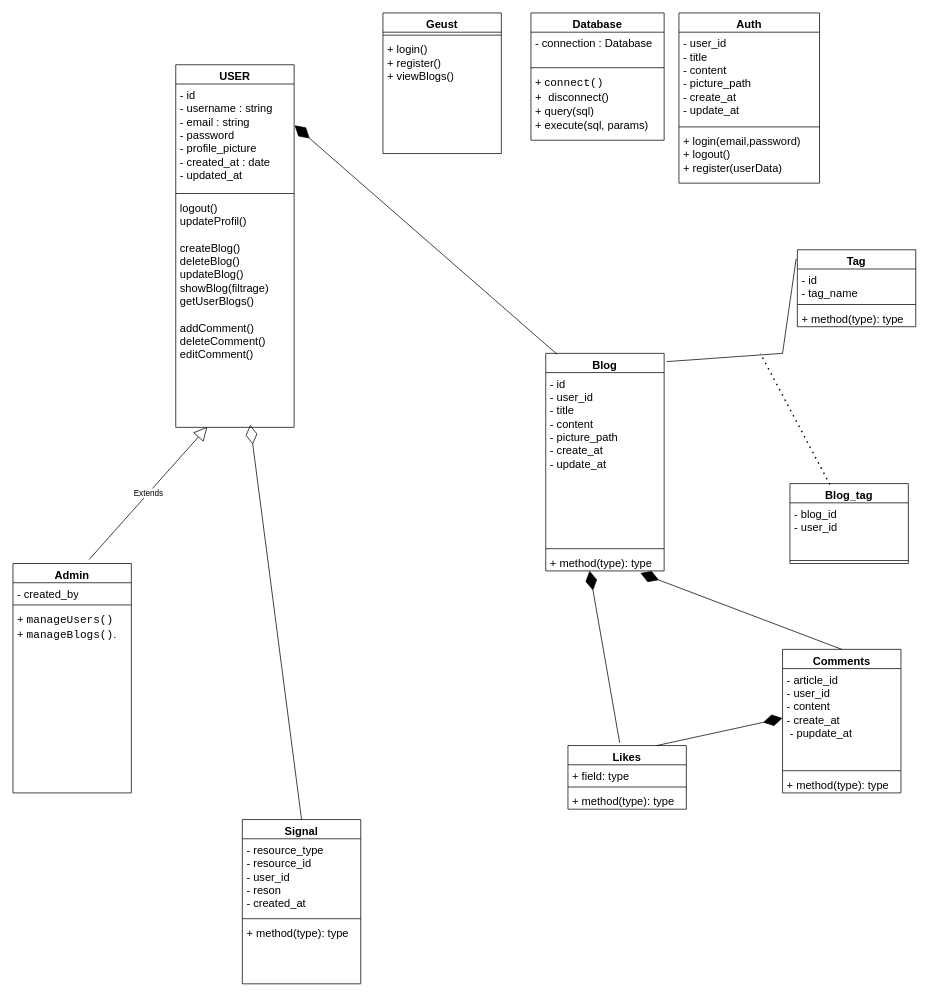
Above: db/class diagram.drawio in mohammed-ali-boutaine/blog-app-php (draw.io), before the change. Source tidied: cells renumbered, new cells numbered last; positions are measured from the earlier drawing's top-left corner, leaving out a move shared by most shapes. Both pictures are drawn from the tidied source at 74%, with x=0, y=0 at pixel (13, 13).
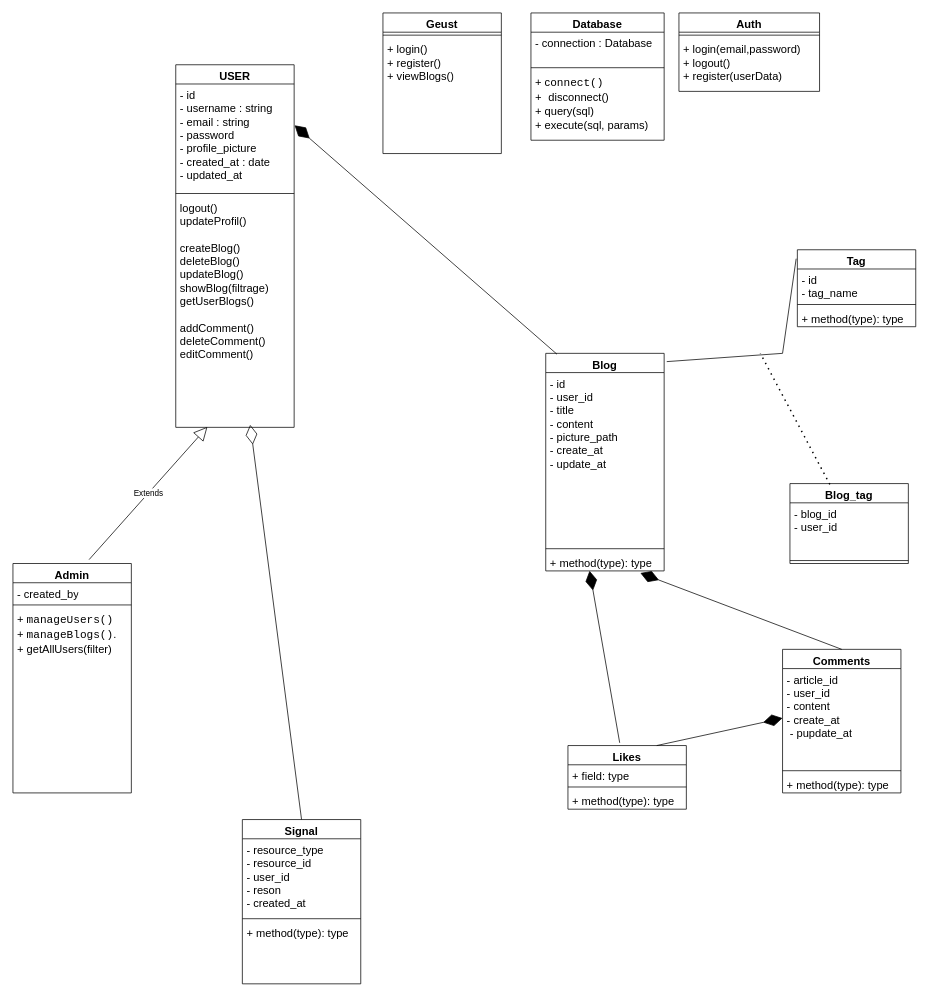
Above is the later version.

Unchanged cells that the change refers to:
```xml
<mxCell id="6" value="Admin" style="swimlane;fontStyle=1;align=center;verticalAlign=top;horizontal=1;startSize=26;whiteSpace=wrap;html=1;fontSize=15;" parent="1" vertex="1">
  <mxGeometry y="744" width="160" height="310" as="geometry" />
</mxCell>
```

Diff of the diagram source:
```diff
@@
-    <mxCell id="9" value="+&amp;nbsp;&lt;code&gt;manageUsers()&lt;/code&gt;&lt;div&gt;+&amp;nbsp;&lt;code&gt;manageBlogs()&lt;/code&gt;.&lt;/div&gt;" style="text;strokeColor=none;fillColor=none;align=left;verticalAlign=top;spacingLeft=4;spacingRight=4;overflow=hidden;whiteSpace=wrap;html=1;fontSize=15;" parent="6" vertex="1">
+    <mxCell id="9" value="+&amp;nbsp;&lt;code&gt;manageUsers()&lt;/code&gt;&lt;div&gt;+&amp;nbsp;&lt;code&gt;manageBlogs()&lt;/code&gt;.&lt;/div&gt;&lt;div&gt;+ getAllUsers(filter)&lt;/div&gt;" style="text;strokeColor=none;fillColor=none;align=left;verticalAlign=top;spacingLeft=4;spacingRight=4;overflow=hidden;whiteSpace=wrap;html=1;fontSize=15;" parent="6" vertex="1">
       <mxGeometry y="60" width="160" height="250" as="geometry" />
     </mxCell>
@@
     <mxCell id="43" value="Auth" style="swimlane;fontStyle=1;align=center;verticalAlign=top;horizontal=1;startSize=26;whiteSpace=wrap;html=1;fontSize=15;" parent="1" vertex="1">
-      <mxGeometry x="900" width="190" height="230" as="geometry" />
+      <mxGeometry x="900" width="190" height="106" as="geometry" />
     </mxCell>
-    <mxCell id="44" value="- user_id&lt;div&gt;- title&lt;/div&gt;&lt;div&gt;- content&lt;/div&gt;&lt;div&gt;- picture_path&lt;/div&gt;&lt;div&gt;- create_at&lt;/div&gt;&lt;div&gt;- update_at&lt;/div&gt;" style="text;strokeColor=none;fillColor=none;align=left;verticalAlign=top;spacingLeft=4;spacingRight=4;overflow=hidden;whiteSpace=wrap;html=1;fontSize=15;" parent="43" vertex="1">
-      <mxGeometry y="26" width="190" height="124" as="geometry" />
-    </mxCell>
     <mxCell id="45" style="line;strokeWidth=1;fillColor=none;align=left;verticalAlign=middle;spacingTop=-1;spacingLeft=3;spacingRight=3;labelPosition=right;strokeColor=inherit;fontSize=15;" parent="43" vertex="1">
-      <mxGeometry y="150" width="190" height="8" as="geometry" />
+      <mxGeometry y="26" width="190" height="8" as="geometry" />
     </mxCell>
     <mxCell id="46" value="+&amp;nbsp;&lt;span style=&quot;color: light-dark(rgb(0, 0, 0), rgb(255, 255, 255)); background-color: transparent;&quot;&gt;login(email,password)&lt;/span&gt;&lt;div&gt;&lt;span style=&quot;background-color: transparent; color: light-dark(rgb(0, 0, 0), rgb(255, 255, 255));&quot;&gt;+ logout()&lt;/span&gt;&lt;/div&gt;&lt;div&gt;&lt;span style=&quot;background-color: transparent; color: light-dark(rgb(0, 0, 0), rgb(255, 255, 255));&quot;&gt;+ register(userData)&lt;/span&gt;&lt;/div&gt;" style="text;strokeColor=none;fillColor=none;align=left;verticalAlign=top;spacingLeft=4;spacingRight=4;overflow=hidden;whiteSpace=wrap;html=1;fontSize=15;" parent="43" vertex="1">
-      <mxGeometry y="158" width="190" height="72" as="geometry" />
+      <mxGeometry y="34" width="190" height="72" as="geometry" />
     </mxCell>
```
